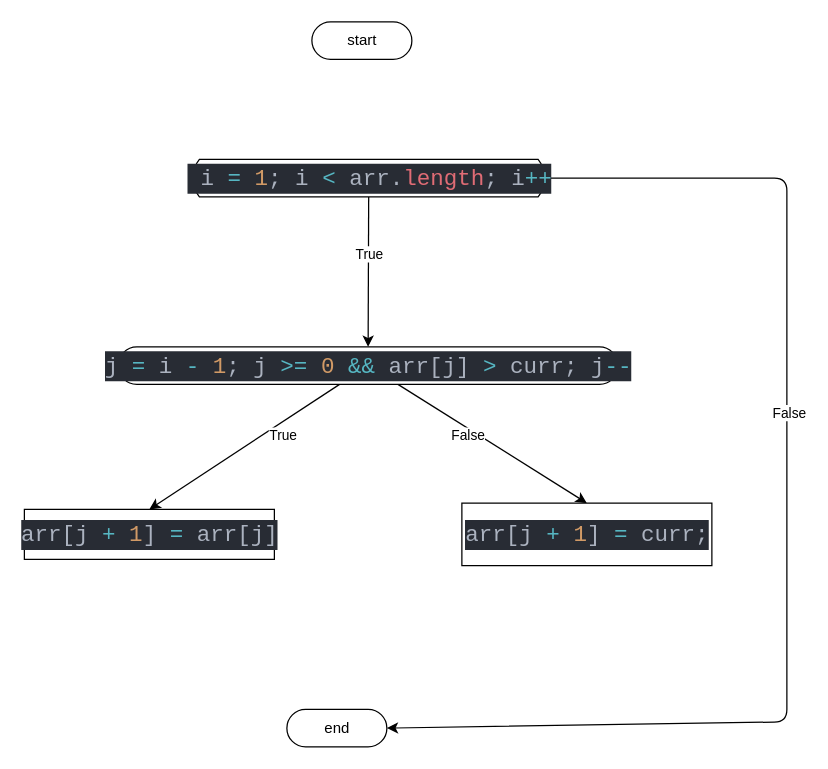
danil-jpg/algorithms-and-data-structures keeps this draw.io diagram as Задачи/insertationSort.drawio. Above is the earlier version. Source tidied: cells renumbered, new cells numbered last; positions are measured from the earlier drawing's top-left corner, leaving out a move shared by most shapes. Both pictures are drawn from the tidied source at 125%, with x=0, y=0 at pixel (24, 21).
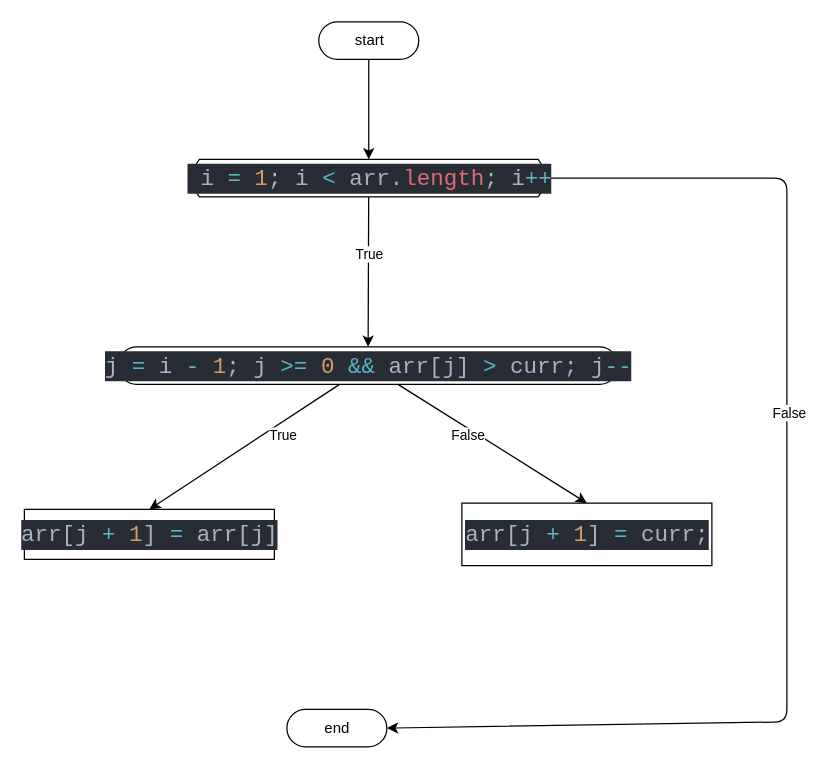
Above is the later version.

Unchanged cells that the change refers to:
```xml
<mxCell id="8" value="&lt;div style=&quot;color: rgb(171, 178, 191); background-color: rgb(40, 44, 52); font-family: MontserratAlternates-Regular, Consolas, &amp;quot;Courier New&amp;quot;, monospace; font-size: 18px; line-height: 24px;&quot;&gt;&amp;nbsp;i &lt;span style=&quot;color: #56b6c2;&quot;&gt;=&lt;/span&gt; &lt;span style=&quot;color: #d19a66;&quot;&gt;1&lt;/span&gt;; i &lt;span style=&quot;color: #56b6c2;&quot;&gt;&amp;lt;&lt;/span&gt; arr.&lt;span style=&quot;color: #e06c75;&quot;&gt;length&lt;/span&gt;; i&lt;span style=&quot;color: #56b6c2;&quot;&gt;++&lt;/span&gt;&lt;/div&gt;" style="html=1;dashed=0;whitespace=wrap;shape=mxgraph.dfd.loop;" parent="1" vertex="1">
  <mxGeometry x="134" y="110" width="283" height="30" as="geometry" />
</mxCell>
```

Diff of the diagram source:
```diff
@@
+    <mxCell id="16" style="edgeStyle=none;html=1;entryX=0.5;entryY=0;entryDx=0;entryDy=0;entryPerimeter=0;" parent="1" edge="1" source="3" target="8">
+      <mxGeometry relative="1" as="geometry" />
+    </mxCell>
     <mxCell id="3" value="start" style="html=1;dashed=0;whitespace=wrap;shape=mxgraph.dfd.start;" parent="1" vertex="1">
-      <mxGeometry x="230" width="80" height="30" as="geometry" />
+      <mxGeometry x="235.5" width="80" height="30" as="geometry" />
     </mxCell>
```
